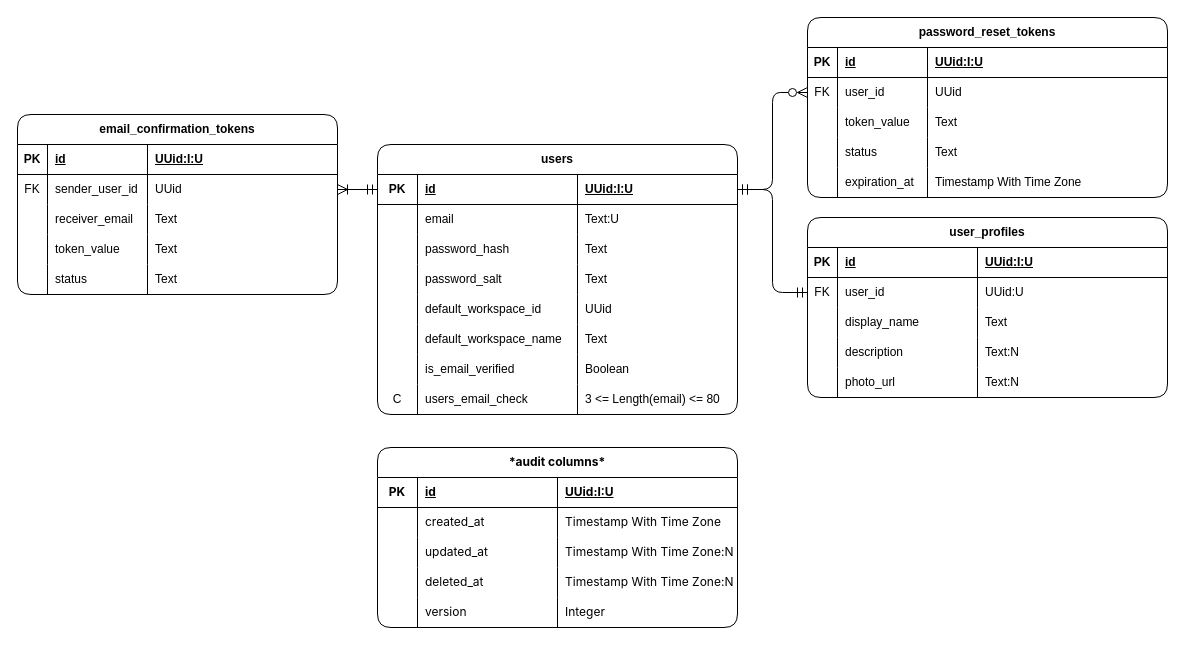
sourabh-singh-rawat/issue-tracker-services keeps this draw.io diagram as docs/diagrams/erds/user-postgres.drawio. Above is the earlier version. Source tidied: cells renumbered, new cells numbered last; positions are measured from the earlier drawing's top-left corner, leaving out a move shared by most shapes. Both pictures are drawn from the tidied source at 100%, with x=0, y=0 at pixel (17, 17).
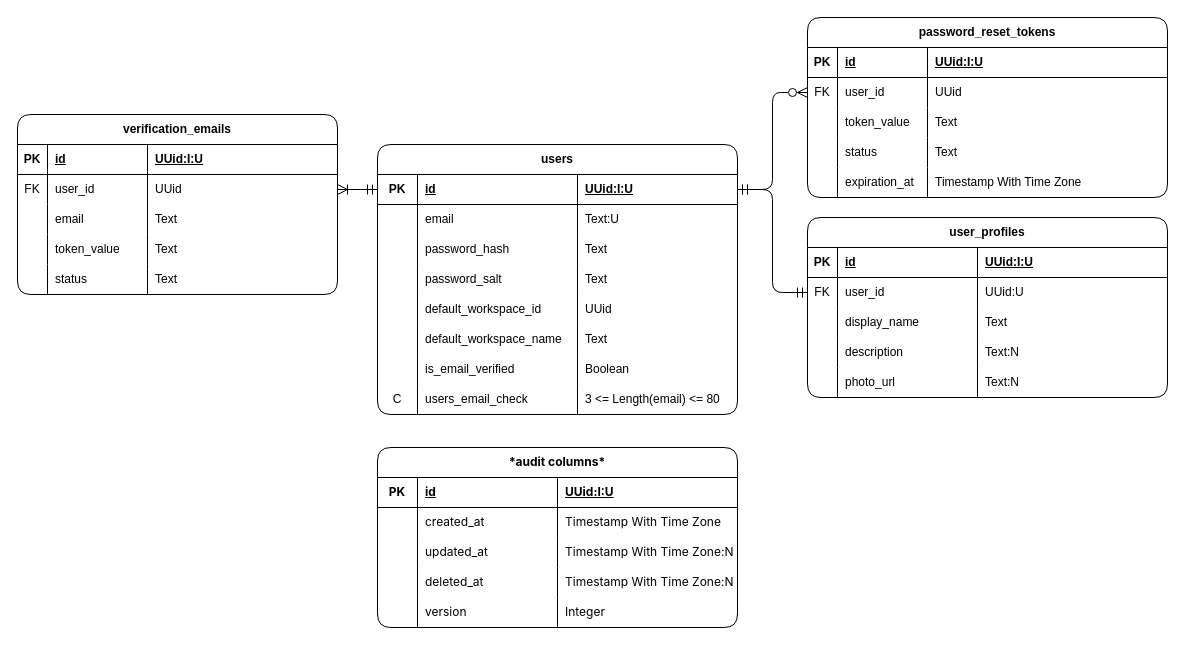
Above is the later version.

Unchanged cells that the change refers to:
```xml
<mxCell id="84" style="shape=tableRow;horizontal=0;startSize=0;swimlaneHead=0;swimlaneBody=0;fillColor=none;points=[[0,0.5],[1,0.5]];portConstraint=eastwest;top=0;left=0;right=0;bottom=0;fontSize=12;fontFamily=Helvetica;html=1;whiteSpace=wrap;labelBorderColor=none;labelBackgroundColor=none;swimlaneFillColor=default;shadow=0;swimlaneLine=1;rounded=1;strokeColor=default;" parent="79" vertex="1">
  <mxGeometry y="60" width="320" height="30" as="geometry" />
</mxCell>
<mxCell id="88" style="shape=tableRow;horizontal=0;startSize=0;swimlaneHead=0;swimlaneBody=0;fillColor=none;top=0;left=0;right=0;bottom=0;fontSize=12;fontFamily=Helvetica;html=1;whiteSpace=wrap;labelBorderColor=none;labelBackgroundColor=none;swimlaneFillColor=default;shadow=0;swimlaneLine=1;rounded=1;strokeColor=default;" parent="79" vertex="1">
  <mxGeometry y="90" width="320" height="30" as="geometry" />
</mxCell>
```

Change to the diagram source:
```diff
@@
-    <mxCell id="79" value="&lt;b&gt;email_confirmation_tokens&lt;/b&gt;" style="shape=table;startSize=30;childLayout=tableLayout;rowLines=0;fontStyle=0;align=center;fontSize=12;fontFamily=Helvetica;html=1;whiteSpace=wrap;labelBorderColor=none;labelBackgroundColor=none;shadow=0;spacing=2;swimlaneFillColor=none;rounded=1;swimlaneLine=1;fillColor=none;strokeColor=default;" parent="1" vertex="1">
+    <mxCell id="79" value="&lt;b&gt;verification_emails&lt;/b&gt;" style="shape=table;startSize=30;childLayout=tableLayout;rowLines=0;fontStyle=0;align=center;fontSize=12;fontFamily=Helvetica;html=1;whiteSpace=wrap;labelBorderColor=none;labelBackgroundColor=none;shadow=0;spacing=2;swimlaneFillColor=none;rounded=1;swimlaneLine=1;fillColor=none;strokeColor=default;" parent="1" vertex="1">
       <mxGeometry y="97" width="320" height="180" as="geometry" />
     </mxCell>
@@
-    <mxCell id="86" value="sender_user_id" style="shape=partialRectangle;fillColor=none;top=0;left=0;bottom=0;right=0;align=left;spacingLeft=6;overflow=hidden;fontSize=12;fontFamily=Helvetica;html=1;whiteSpace=wrap;labelBorderColor=none;labelBackgroundColor=none;swimlaneFillColor=default;shadow=0;swimlaneLine=1;rounded=1;strokeColor=default;" parent="84" vertex="1">
+    <mxCell id="86" value="user_id" style="shape=partialRectangle;fillColor=none;top=0;left=0;bottom=0;right=0;align=left;spacingLeft=6;overflow=hidden;fontSize=12;fontFamily=Helvetica;html=1;whiteSpace=wrap;labelBorderColor=none;labelBackgroundColor=none;swimlaneFillColor=default;shadow=0;swimlaneLine=1;rounded=1;strokeColor=default;" parent="84" vertex="1">
       <mxGeometry x="30" width="100" height="30" as="geometry" />
     </mxCell>
@@
-    <mxCell id="90" value="receiver_email" style="shape=partialRectangle;fillColor=none;top=0;left=0;bottom=0;right=0;align=left;spacingLeft=6;overflow=hidden;fontSize=12;fontFamily=Helvetica;html=1;whiteSpace=wrap;labelBorderColor=none;labelBackgroundColor=none;swimlaneFillColor=default;shadow=0;swimlaneLine=1;rounded=1;strokeColor=default;" parent="88" vertex="1">
+    <mxCell id="90" value="email" style="shape=partialRectangle;fillColor=none;top=0;left=0;bottom=0;right=0;align=left;spacingLeft=6;overflow=hidden;fontSize=12;fontFamily=Helvetica;html=1;whiteSpace=wrap;labelBorderColor=none;labelBackgroundColor=none;swimlaneFillColor=default;shadow=0;swimlaneLine=1;rounded=1;strokeColor=default;" parent="88" vertex="1">
       <mxGeometry x="30" width="100" height="30" as="geometry" />
     </mxCell>
```
